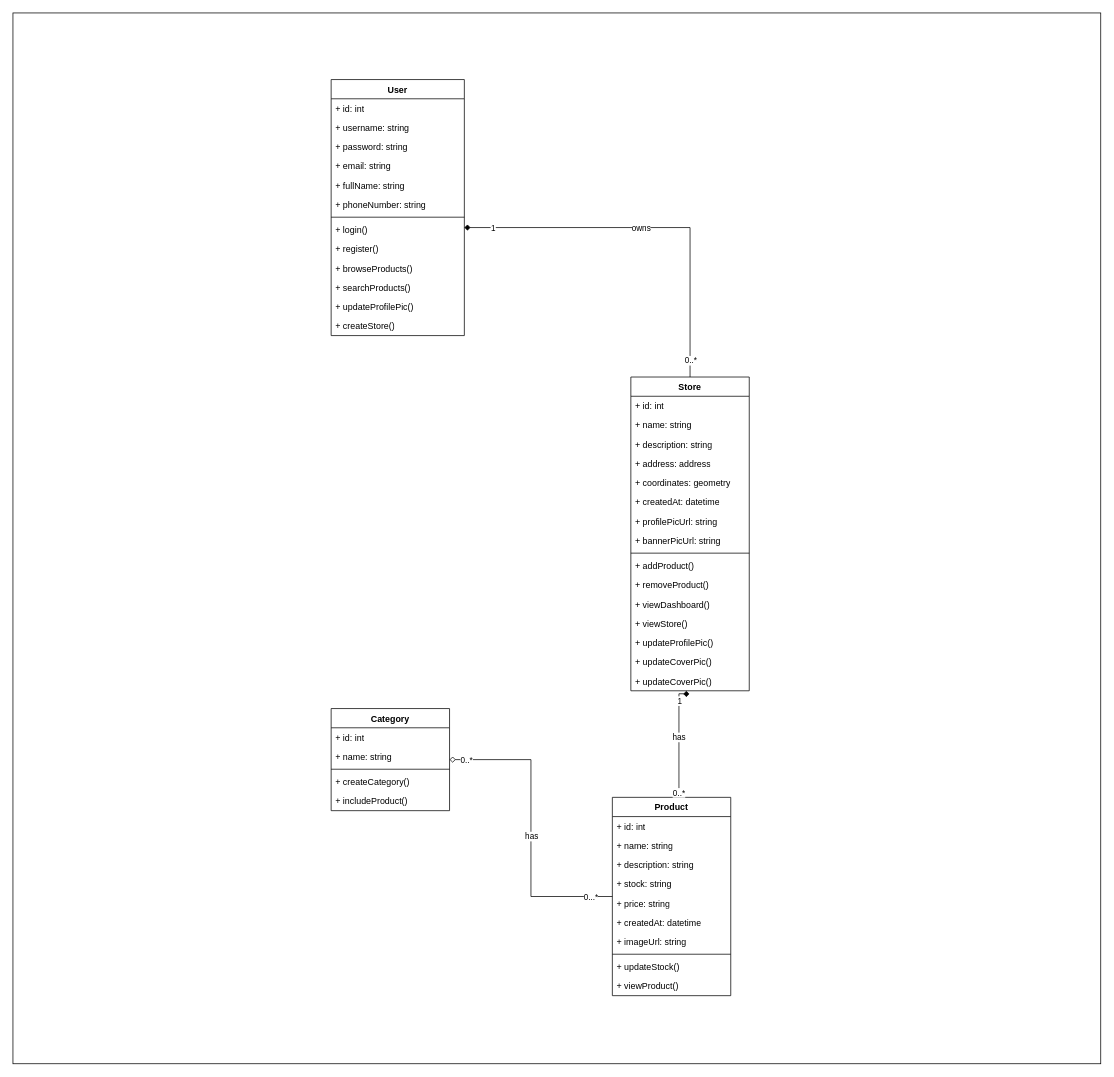
Before: page "Class Diagram (Store)" (3 of 4) of diagrams/e-commerce-class-diagram.drawio in RHILIUS/E-Commerce-Docs, a draw.io diagram. Source tidied: cells renumbered, new cells numbered last; positions are measured from the earlier drawing's top-left corner, leaving out a move shared by most shapes. Both pictures are drawn from the tidied source at 74%, with x=0, y=0 at pixel (13, 13).
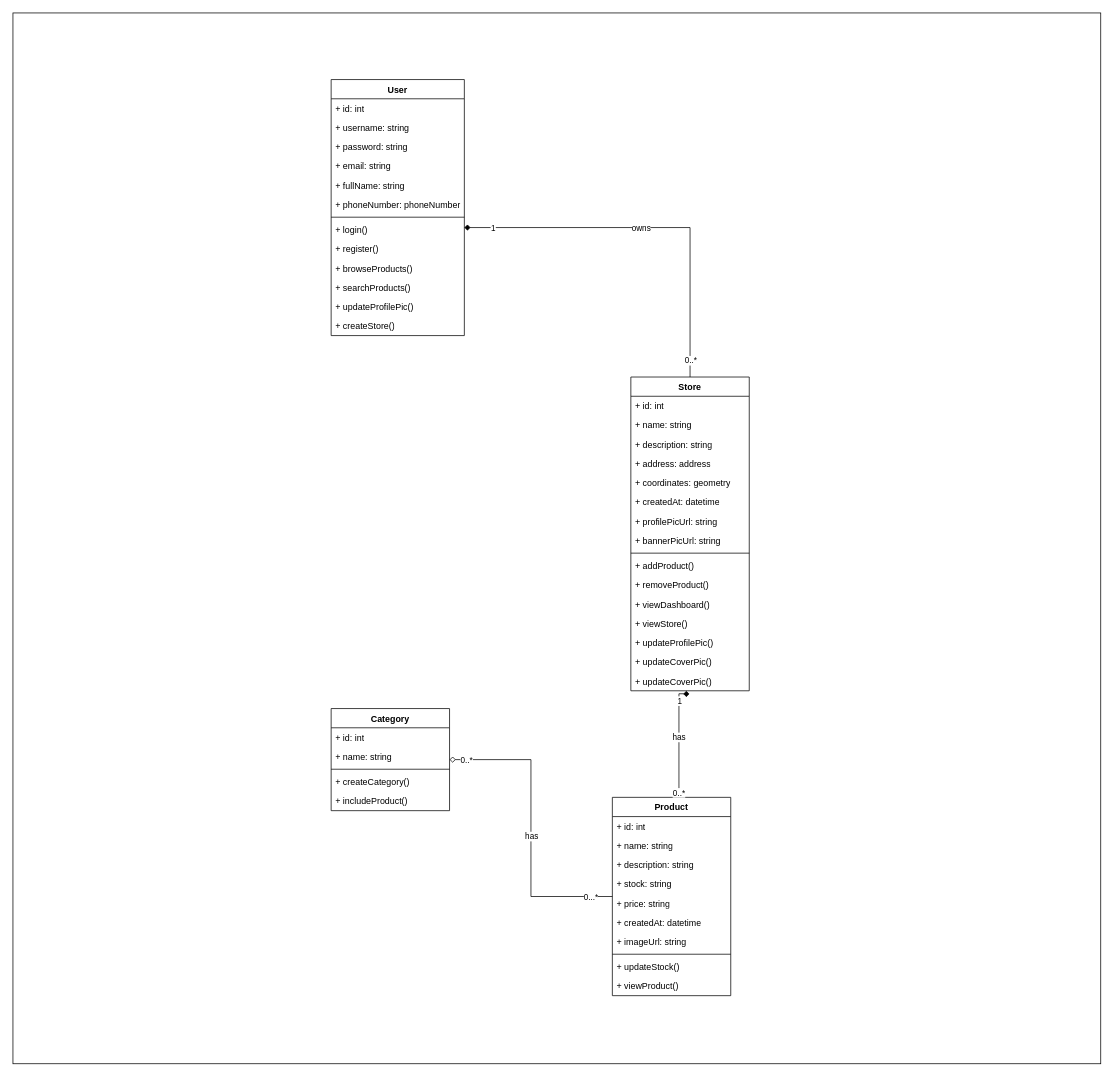
The same diagram, later.

Unchanged cells that the change refers to:
```xml
<mxCell id="39" value="User" style="swimlane;fontStyle=1;align=center;verticalAlign=top;horizontal=1;startSize=26;whiteSpace=wrap;html=1;" parent="1" vertex="1">
  <mxGeometry x="430" y="90" width="180" height="346" as="geometry" />
</mxCell>
```

The edit, as a diff of the source:
```diff
@@
-    <mxCell id="45" value="+ phoneNumber: string" style="text;strokeColor=none;fillColor=none;align=left;verticalAlign=top;spacingLeft=4;spacingRight=4;overflow=hidden;whiteSpace=wrap;html=1;" parent="39" vertex="1">
+    <mxCell id="45" value="+ phoneNumber: phoneNumber" style="text;strokeColor=none;fillColor=none;align=left;verticalAlign=top;spacingLeft=4;spacingRight=4;overflow=hidden;whiteSpace=wrap;html=1;" parent="39" vertex="1">
       <mxGeometry y="156" width="180" height="26" as="geometry" />
     </mxCell>
```
